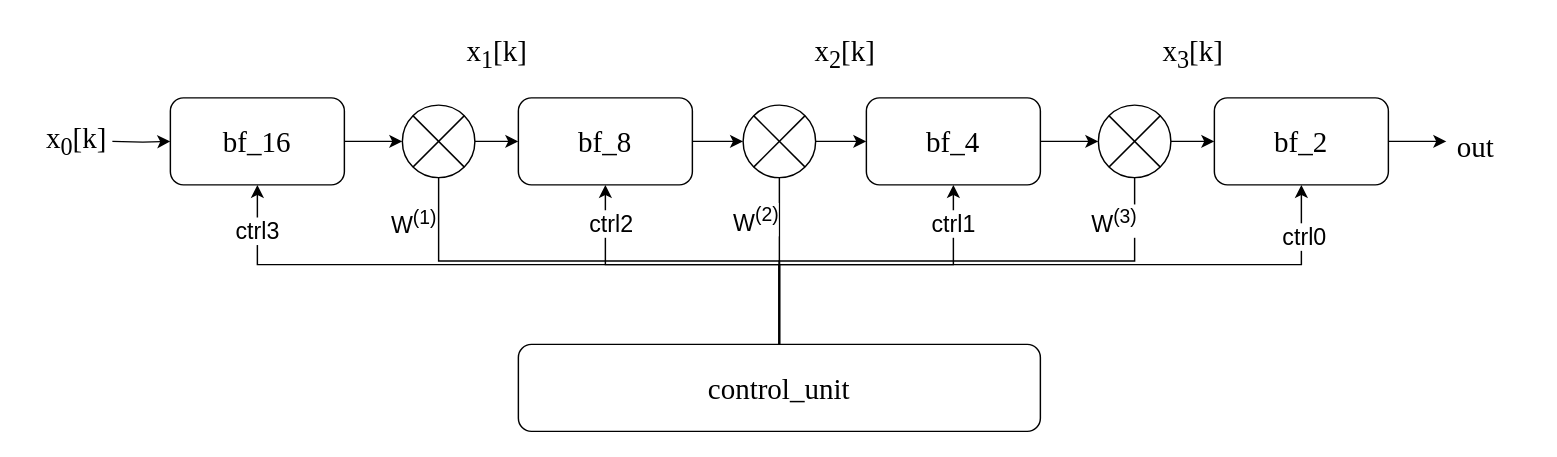
The draw.io diagram 未命名绘图.drawio in ALpht/16_FFT, before the edit. Source tidied: cells renumbered, new cells numbered last; positions are measured from the earlier drawing's top-left corner, leaving out a move shared by most shapes. Both pictures are drawn from the tidied source at 145%, with x=0, y=0 at pixel (25, 25).
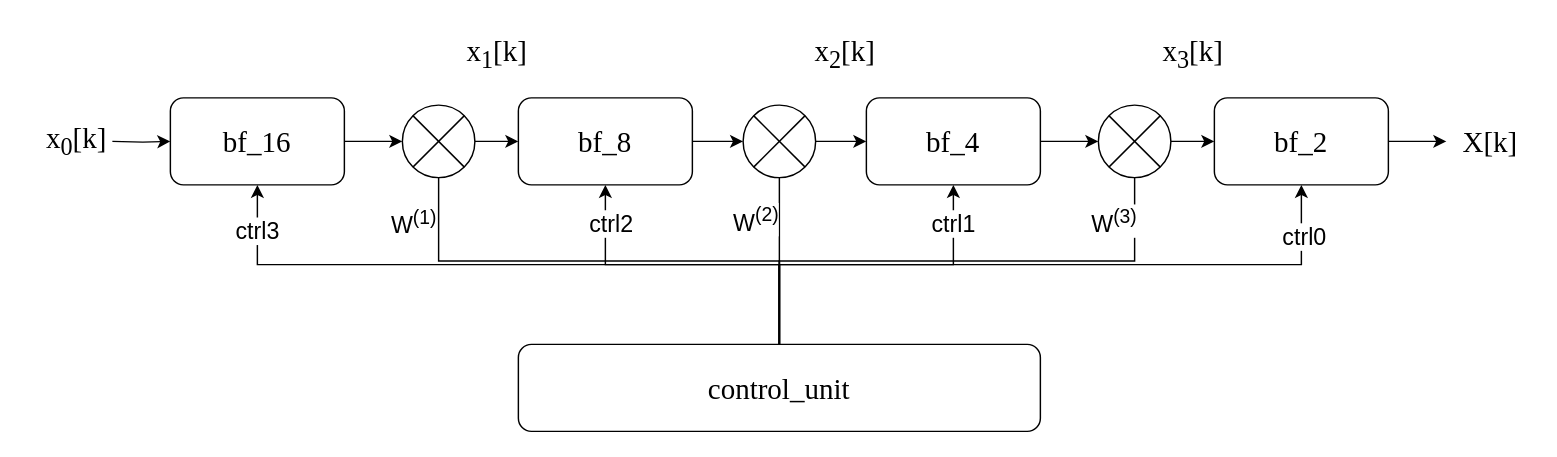
The same page after the edit.

Commit message:
更新未命名绘图.drawio

What changed in the source:
```diff
@@
-    <mxCell id="33" value="&lt;font style=&quot;font-size: 20px;&quot; face=&quot;Times New Roman&quot;&gt;out&lt;/font&gt;" style="text;html=1;align=center;verticalAlign=middle;strokeColor=none;fillColor=none;fontSize=11;fontFamily=Helvetica;fontColor=default;" parent="1" vertex="1">
-      <mxGeometry x="975" y="63" width="50" height="40" as="geometry" />
+    <mxCell id="33" value="&lt;font style=&quot;font-size: 20px;&quot; face=&quot;Times New Roman&quot;&gt;X[k]&lt;/font&gt;" style="text;html=1;align=center;verticalAlign=middle;strokeColor=none;fillColor=none;fontSize=11;fontFamily=Helvetica;fontColor=default;" parent="1" vertex="1">
+      <mxGeometry x="980" y="60" width="60" height="40" as="geometry" />
     </mxCell>
```
